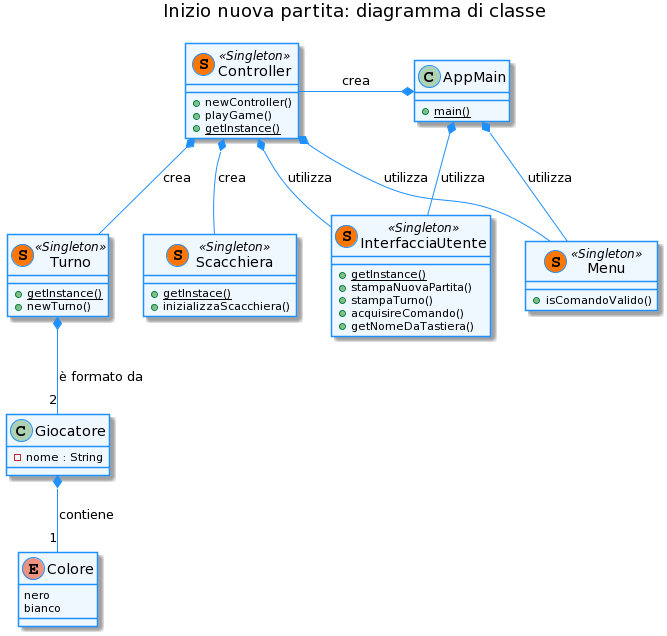
Before: doc/drawings/IniziaNuovaPartita.png, a diagram exported from PlantUML (softeng1920-inf-uniba/progetto1920-catmull).
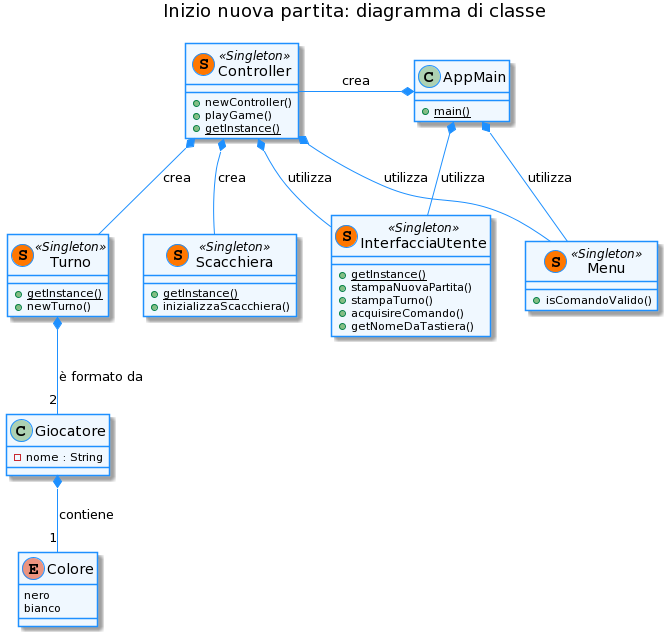
After the change.

Commit message:
Aggiornati diagrammi di classe e di sequenza di "Inizio nuova partita"

Change to the diagram source:
```diff
@@ -43,7 +43,7 @@
 }
 
 class Scacchiera << (S,#FF7700) Singleton >>{
-+ {static} getInstace()
++ {static} getInstance()
 + inizializzaScacchiera()
 }
 
```
